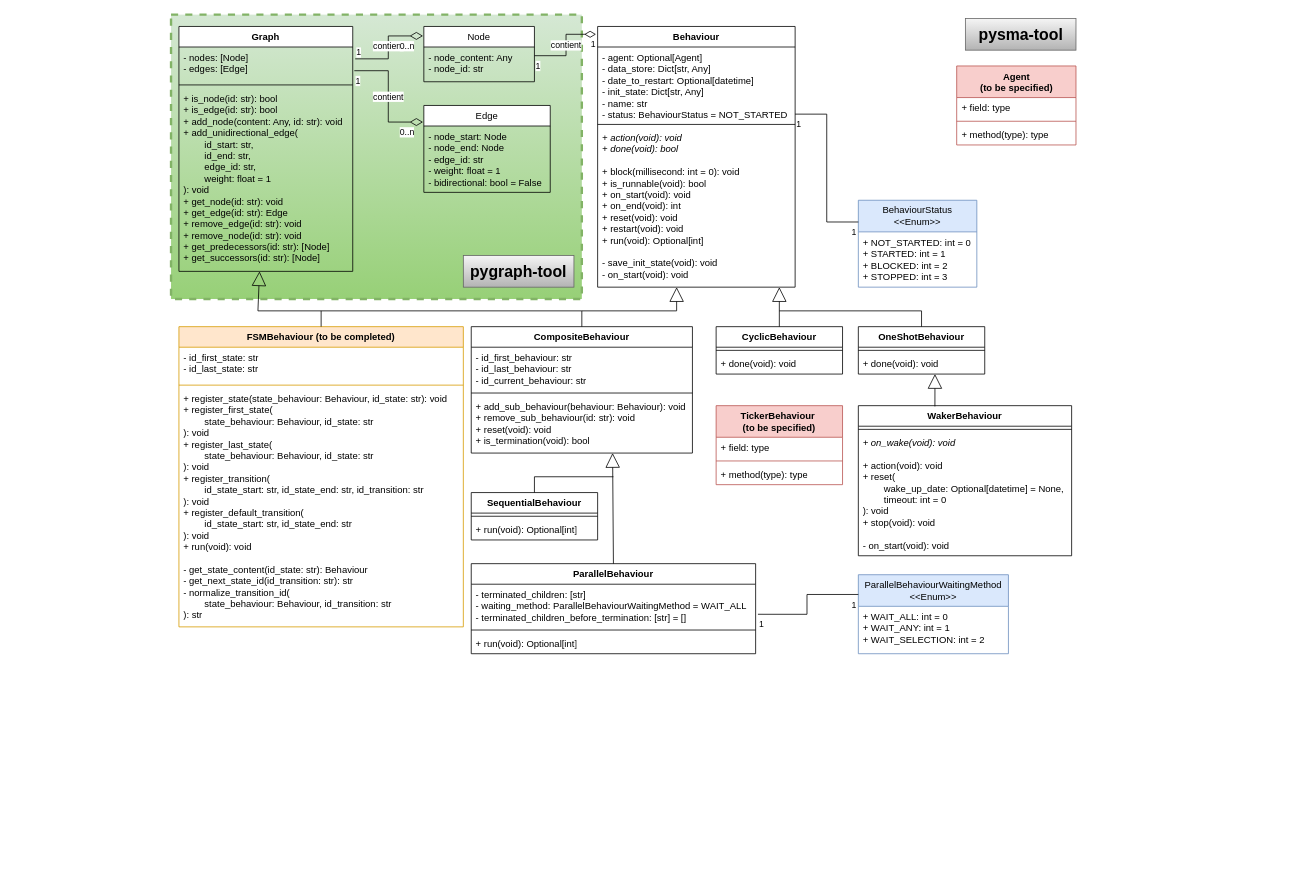
This is spec_sma.drawio from DevAI-64/pysma-tool, a draw.io file, before an edit. Source tidied: cells renumbered, new cells numbered last; positions are measured from the earlier drawing's top-left corner, leaving out a move shared by most shapes. Both pictures are drawn from the tidied source at 79%, with x=0, y=0 at pixel (171, 14).
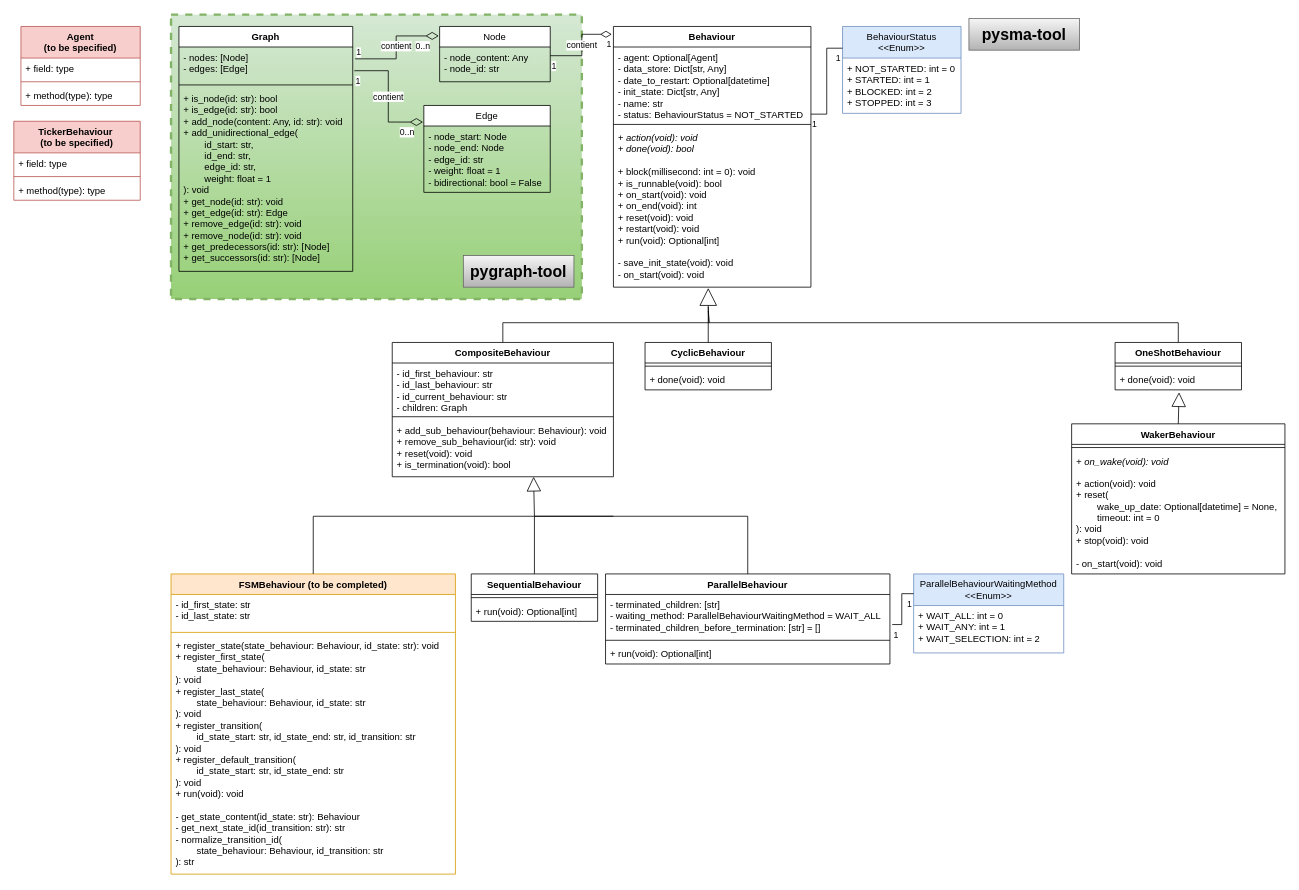
Above is the later version.

Commit message:
Mettre à jour spec_sma.drawio

Unchanged cells that the change refers to:
```xml
<mxCell id="20" value="&lt;i&gt;+ action(void): void&lt;/i&gt;&lt;div&gt;&lt;i&gt;+ done(void): bool&lt;/i&gt;&lt;/div&gt;&lt;div&gt;&lt;i&gt;&lt;br&gt;&lt;/i&gt;&lt;div&gt;+ block(millisecond: int = 0): void&lt;/div&gt;&lt;div&gt;+ is_runnable(void): bool&lt;/div&gt;&lt;div&gt;+ on_start(void): void&lt;/div&gt;&lt;div&gt;+ on_end(void): int&lt;/div&gt;&lt;div&gt;+ reset(void): void&lt;/div&gt;&lt;div&gt;+ restart(void): void&lt;/div&gt;&lt;div&gt;+ run(void): Optional[int]&lt;/div&gt;&lt;/div&gt;&lt;div&gt;&lt;br&gt;&lt;/div&gt;&lt;div&gt;- save_init_state(void): void&lt;/div&gt;&lt;div&gt;- on_start(void): void&lt;/div&gt;" style="text;strokeColor=none;fillColor=none;align=left;verticalAlign=top;spacingLeft=4;spacingRight=4;overflow=hidden;points=[[0,0.5],[1,0.5]];portConstraint=eastwest;whiteSpace=wrap;html=1;rounded=0;" parent="17" vertex="1">
  <mxGeometry y="128" width="250" height="202" as="geometry" />
</mxCell>
<mxCell id="26" value="+ done(void): void" style="text;strokeColor=none;fillColor=none;align=left;verticalAlign=top;spacingLeft=4;spacingRight=4;overflow=hidden;points=[[0,0.5],[1,0.5]];portConstraint=eastwest;whiteSpace=wrap;html=1;rounded=0;" parent="24" vertex="1">
  <mxGeometry y="34" width="160" height="26" as="geometry" />
</mxCell>
```

Change to the diagram source:
```diff
@@
     <mxCell id="7" value="Node" style="swimlane;fontStyle=0;horizontal=1;startSize=26;whiteSpace=wrap;html=1;rounded=0;" parent="1" vertex="1">
-      <mxGeometry x="320" y="15" width="140" height="70" as="geometry" />
+      <mxGeometry x="340" y="15" width="140" height="70" as="geometry" />
     </mxCell>
@@
     <mxCell id="17" value="Behaviour" style="swimlane;fontStyle=1;align=center;verticalAlign=top;horizontal=1;startSize=26;whiteSpace=wrap;html=1;rounded=0;" parent="1" vertex="1">
-      <mxGeometry x="540" y="15" width="250" height="330" as="geometry" />
+      <mxGeometry x="560" y="15" width="250" height="330" as="geometry" />
     </mxCell>
@@
+    <mxCell id="76" style="edgeStyle=orthogonalEdgeStyle;rounded=0;jettySize=auto;html=1;exitX=0.5;exitY=0;exitDx=0;exitDy=0;endArrow=none;endFill=0;exitPerimeter=0;" parent="1" edge="1" source="24">
+      <mxGeometry relative="1" as="geometry">
+        <mxPoint x="680" y="375" as="targetPoint" />
+        <Array as="points">
+          <mxPoint x="1275" y="390" />
+          <mxPoint x="681" y="390" />
+        </Array>
+      </mxGeometry>
+    </mxCell>
     <mxCell id="24" value="OneShotBehaviour" style="swimlane;fontStyle=1;align=center;verticalAlign=top;horizontal=1;startSize=26;whiteSpace=wrap;html=1;rounded=0;" parent="1" vertex="1">
-      <mxGeometry x="870" y="395" width="160" height="60" as="geometry" />
+      <mxGeometry x="1195" y="415" width="160" height="60" as="geometry" />
     </mxCell>
@@
     <mxCell id="27" value="CyclicBehaviour" style="swimlane;fontStyle=1;align=center;verticalAlign=top;horizontal=1;startSize=26;whiteSpace=wrap;html=1;rounded=0;" parent="1" vertex="1">
-      <mxGeometry x="690" y="395" width="160" height="60" as="geometry" />
+      <mxGeometry x="600" y="415" width="160" height="60" as="geometry" />
     </mxCell>
@@
     <mxCell id="30" value="WakerBehaviour" style="swimlane;fontStyle=1;align=center;verticalAlign=top;horizontal=1;startSize=26;whiteSpace=wrap;html=1;rounded=0;" parent="1" vertex="1">
-      <mxGeometry x="870" y="495" width="270" height="190" as="geometry" />
+      <mxGeometry x="1140" y="518" width="270" height="190" as="geometry" />
     </mxCell>
@@
-    <mxCell id="33" style="endArrow=block;endSize=16;endFill=0;html=1;rounded=0;exitX=0.5;exitY=0;exitDx=0;exitDy=0;" parent="1" edge="1" source="27">
-      <mxGeometry relative="1" as="geometry">
-        <mxPoint x="770" y="345" as="targetPoint" />
-      </mxGeometry>
-    </mxCell>
-    <mxCell id="34" style="endArrow=none;endFill=0;endSize=24;html=1;rounded=0;entryX=0.5;entryY=0;entryDx=0;entryDy=0;" parent="1" edge="1" target="24">
-      <mxGeometry relative="1" as="geometry">
-        <mxPoint x="770" y="375" as="sourcePoint" />
-        <Array as="points">
-          <mxPoint x="950" y="375" />
-        </Array>
-      </mxGeometry>
-    </mxCell>
+    <mxCell id="77" style="edgeStyle=orthogonalEdgeStyle;rounded=0;jettySize=auto;html=1;endArrow=none;endFill=0;exitX=0.5;exitY=0;exitDx=0;exitDy=0;" parent="1" edge="1" source="35">
+      <mxGeometry relative="1" as="geometry">
+        <mxPoint x="680" y="370" as="targetPoint" />
+        <Array as="points">
+          <mxPoint x="420" y="390" />
+          <mxPoint x="681" y="390" />
+        </Array>
+      </mxGeometry>
+    </mxCell>
     <mxCell id="35" value="CompositeBehaviour" style="swimlane;fontStyle=1;align=center;verticalAlign=top;horizontal=1;startSize=26;whiteSpace=wrap;html=1;rounded=0;" parent="1" vertex="1">
-      <mxGeometry x="380" y="395" width="280" height="160" as="geometry" />
+      <mxGeometry x="280" y="415" width="280" height="170" as="geometry" />
     </mxCell>
-    <mxCell id="36" value="- id_first_behaviour: str&lt;div&gt;- id_last_behaviour: str&lt;/div&gt;&lt;div&gt;- id_current_behaviour: str&lt;/div&gt;" style="text;strokeColor=none;fillColor=none;align=left;verticalAlign=top;spacingLeft=4;spacingRight=4;overflow=hidden;whiteSpace=wrap;html=1;rounded=0;" parent="35" vertex="1">
-      <mxGeometry y="26" width="280" height="54" as="geometry" />
+    <mxCell id="36" value="- id_first_behaviour: str&lt;div&gt;- id_last_behaviour: str&lt;/div&gt;&lt;div&gt;- id_current_behaviour: str&lt;/div&gt;&lt;div&gt;- children: Graph&lt;/div&gt;" style="text;strokeColor=none;fillColor=none;align=left;verticalAlign=top;spacingLeft=4;spacingRight=4;overflow=hidden;whiteSpace=wrap;html=1;rounded=0;" parent="35" vertex="1">
+      <mxGeometry y="26" width="280" height="64" as="geometry" />
     </mxCell>
     <mxCell id="37" style="line;strokeWidth=1;fillColor=none;align=left;verticalAlign=middle;spacingTop=-1;spacingLeft=3;spacingRight=3;labelPosition=right;strokeColor=inherit;rounded=0;" parent="35" vertex="1">
-      <mxGeometry y="80" width="280" height="8" as="geometry" />
+      <mxGeometry y="90" width="280" height="8" as="geometry" />
     </mxCell>
     <mxCell id="38" value="+ add_sub_behaviour(behaviour: Behaviour): void&lt;div&gt;+ remove_sub_behaviour(id: str): void&lt;/div&gt;&lt;div&gt;+ reset(void): void&lt;/div&gt;&lt;div&gt;+ is_termination(void): bool&lt;br&gt;&lt;div&gt;&lt;br&gt;&lt;/div&gt;&lt;/div&gt;" style="text;strokeColor=none;fillColor=none;align=left;verticalAlign=top;spacingLeft=4;spacingRight=4;overflow=hidden;points=[[0,0.5],[1,0.5]];portConstraint=eastwest;whiteSpace=wrap;html=1;rounded=0;" parent="35" vertex="1">
-      <mxGeometry y="88" width="280" height="72" as="geometry" />
+      <mxGeometry y="98" width="280" height="72" as="geometry" />
     </mxCell>
-    <mxCell id="39" style="endArrow=block;endSize=16;endFill=0;html=1;rounded=0;" parent="1" edge="1">
-      <mxGeometry relative="1" as="geometry">
-        <mxPoint x="520" y="395" as="sourcePoint" />
-        <mxPoint x="112" y="325" as="targetPoint" />
-        <Array as="points">
-          <mxPoint x="520" y="375" />
-          <mxPoint x="110" y="375" />
-        </Array>
-      </mxGeometry>
-    </mxCell>
-    <mxCell id="40" style="endArrow=block;endSize=16;endFill=0;html=1;rounded=0;entryX=0.4;entryY=1;entryDx=0;entryDy=0;entryPerimeter=0;" parent="1" edge="1" target="20">
-      <mxGeometry relative="1" as="geometry">
-        <mxPoint x="520" y="375" as="sourcePoint" />
-        <Array as="points">
-          <mxPoint x="640" y="375" />
-        </Array>
-      </mxGeometry>
-    </mxCell>
     <mxCell id="41" value="FSMBehaviour (to be completed)" style="swimlane;fontStyle=1;align=center;verticalAlign=top;horizontal=1;startSize=26;whiteSpace=wrap;html=1;rounded=0;fillColor=#ffe6cc;strokeColor=#d79b00;" parent="1" vertex="1">
-      <mxGeometry x="10" y="395" width="360" height="380" as="geometry" />
+      <mxGeometry y="708" width="360" height="380" as="geometry" />
     </mxCell>
@@
     <mxCell id="45" value="SequentialBehaviour" style="swimlane;fontStyle=1;align=center;verticalAlign=top;horizontal=1;startSize=26;whiteSpace=wrap;html=1;rounded=0;" parent="1" vertex="1">
-      <mxGeometry x="380" y="605" width="160" height="60" as="geometry" />
+      <mxGeometry x="380" y="708" width="160" height="60" as="geometry" />
     </mxCell>
@@
     <mxCell id="48" value="TickerBehaviour&amp;nbsp;&lt;div&gt;(to be specified)&lt;/div&gt;" style="swimlane;fontStyle=1;align=center;verticalAlign=top;horizontal=1;startSize=40;whiteSpace=wrap;html=1;fillColor=#f8cecc;strokeColor=#b85450;rounded=0;" parent="1" vertex="1">
-      <mxGeometry x="690" y="495" width="160" height="100" as="geometry" />
+      <mxGeometry x="-199" y="135" width="160" height="100" as="geometry" />
     </mxCell>
@@
     <mxCell id="52" value="ParallelBehaviour" style="swimlane;fontStyle=1;align=center;verticalAlign=top;horizontal=1;startSize=26;whiteSpace=wrap;html=1;rounded=0;" parent="1" vertex="1">
-      <mxGeometry x="380" y="695" width="360" height="114" as="geometry" />
+      <mxGeometry x="550" y="708" width="360" height="114" as="geometry" />
     </mxCell>
@@
     <mxCell id="56" style="endArrow=block;endSize=16;endFill=0;html=1;rounded=0;exitX=0.5;exitY=0;exitDx=0;exitDy=0;entryX=0.639;entryY=1;entryDx=0;entryDy=0;entryPerimeter=0;" parent="1" edge="1" source="52" target="38">
-      <mxGeometry relative="1" as="geometry" />
+      <mxGeometry relative="1" as="geometry">
+        <Array as="points">
+          <mxPoint x="730" y="635" />
+          <mxPoint x="460" y="635" />
+        </Array>
+      </mxGeometry>
     </mxCell>
     <mxCell id="57" style="endArrow=none;endFill=0;endSize=24;html=1;rounded=0;exitX=0.5;exitY=0;exitDx=0;exitDy=0;" parent="1" edge="1" source="45">
       <mxGeometry relative="1" as="geometry">
-        <mxPoint x="560" y="585" as="targetPoint" />
+        <mxPoint x="560" y="635" as="targetPoint" />
         <Array as="points">
-          <mxPoint x="460" y="585" />
+          <mxPoint x="460" y="635" />
         </Array>
       </mxGeometry>
     </mxCell>
-    <mxCell id="58" style="endArrow=none;endFill=0;endSize=24;html=1;rounded=0;exitX=0.5;exitY=0;exitDx=0;exitDy=0;" parent="1" edge="1" source="41">
-      <mxGeometry relative="1" as="geometry">
-        <mxPoint x="190" y="375" as="targetPoint" />
-      </mxGeometry>
-    </mxCell>
     <mxCell id="59" value="BehaviourStatus&lt;div&gt;&amp;lt;&amp;lt;Enum&amp;gt;&amp;gt;&lt;/div&gt;" style="swimlane;fontStyle=0;horizontal=1;startSize=40;whiteSpace=wrap;html=1;fillColor=#dae8fc;strokeColor=#6c8ebf;" parent="1" vertex="1">
-      <mxGeometry x="870" y="235" width="150" height="110" as="geometry" />
+      <mxGeometry x="850" y="15" width="150" height="110" as="geometry" />
     </mxCell>
@@
     <mxCell id="64" value="&lt;div&gt;ParallelBehaviourWaitingMethod&lt;/div&gt;&lt;div&gt;&amp;lt;&amp;lt;Enum&amp;gt;&amp;gt;&lt;/div&gt;" style="swimlane;fontStyle=0;horizontal=1;startSize=40;whiteSpace=wrap;html=1;fillColor=#dae8fc;strokeColor=#6c8ebf;" parent="1" vertex="1">
-      <mxGeometry x="870" y="709" width="190" height="100" as="geometry" />
+      <mxGeometry x="940" y="708" width="190" height="100" as="geometry" />
     </mxCell>
@@
-    <mxCell id="69" style="endArrow=block;endSize=16;endFill=0;html=1;rounded=0;exitX=0.359;exitY=0.005;exitDx=0;exitDy=0;exitPerimeter=0;" parent="1" edge="1" source="30">
-      <mxGeometry relative="1" as="geometry">
-        <mxPoint x="967" y="455" as="targetPoint" />
-      </mxGeometry>
+    <mxCell id="69" style="endArrow=block;endSize=16;endFill=0;html=1;rounded=0;exitX=0.5;exitY=0;exitDx=0;exitDy=0;entryX=0.506;entryY=1.115;entryDx=0;entryDy=0;entryPerimeter=0;" parent="1" edge="1" source="30" target="26">
+      <mxGeometry relative="1" as="geometry" />
     </mxCell>
@@
     <mxCell id="71" value="&lt;b&gt;&lt;font style=&quot;font-size: 20px;&quot;&gt;pysma-tool&lt;/font&gt;&lt;/b&gt;" style="text;html=1;align=center;verticalAlign=middle;whiteSpace=wrap;rounded=0;fillColor=#f5f5f5;gradientColor=#b3b3b3;strokeColor=#666666;" parent="1" vertex="1">
-      <mxGeometry x="1005.5" y="5" width="140" height="40" as="geometry" />
+      <mxGeometry x="1010" y="5" width="140" height="40" as="geometry" />
     </mxCell>
     <mxCell id="72" value="&lt;div&gt;Agent&lt;/div&gt;&lt;div&gt;(to be specified)&lt;/div&gt;" style="swimlane;fontStyle=1;align=center;verticalAlign=top;horizontal=1;startSize=40;whiteSpace=wrap;html=1;fillColor=#f8cecc;strokeColor=#b85450;rounded=0;" parent="1" vertex="1">
-      <mxGeometry x="994.5" y="65" width="151" height="100" as="geometry" />
+      <mxGeometry x="-190" y="15" width="151" height="100" as="geometry" />
     </mxCell>
@@
+    <mxCell id="78" style="endArrow=none;endFill=0;endSize=24;html=1;rounded=0;exitX=0.5;exitY=0;exitDx=0;exitDy=0;" parent="1" edge="1" source="41">
+      <mxGeometry relative="1" as="geometry">
+        <mxPoint x="460" y="635" as="targetPoint" />
+        <Array as="points">
+          <mxPoint x="180" y="635" />
+        </Array>
+      </mxGeometry>
+    </mxCell>
+    <mxCell id="79" style="edgeStyle=orthogonalEdgeStyle;rounded=0;jettySize=auto;html=1;exitX=0.5;exitY=0;exitDx=0;exitDy=0;entryX=0.48;entryY=1.005;entryDx=0;entryDy=0;entryPerimeter=0;endArrow=block;endFill=0;endSize=20;" parent="1" edge="1" source="27" target="20">
+      <mxGeometry relative="1" as="geometry" />
+    </mxCell>
```
